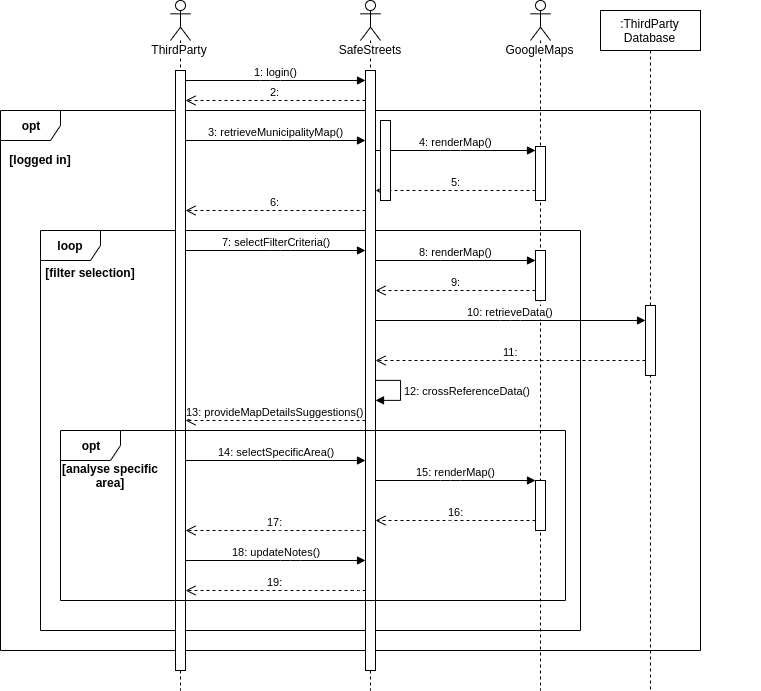
Earlier version of the draw.io export RASD Working Folder/Images/SequenceThirdPartyUnsafeAreas.png (Fabs97/PremiSicilianoTaddeo). Source tidied: cells renumbered, new cells last; positions are measured from the earlier drawing's top-left corner, leaving out a move shared by most shapes.
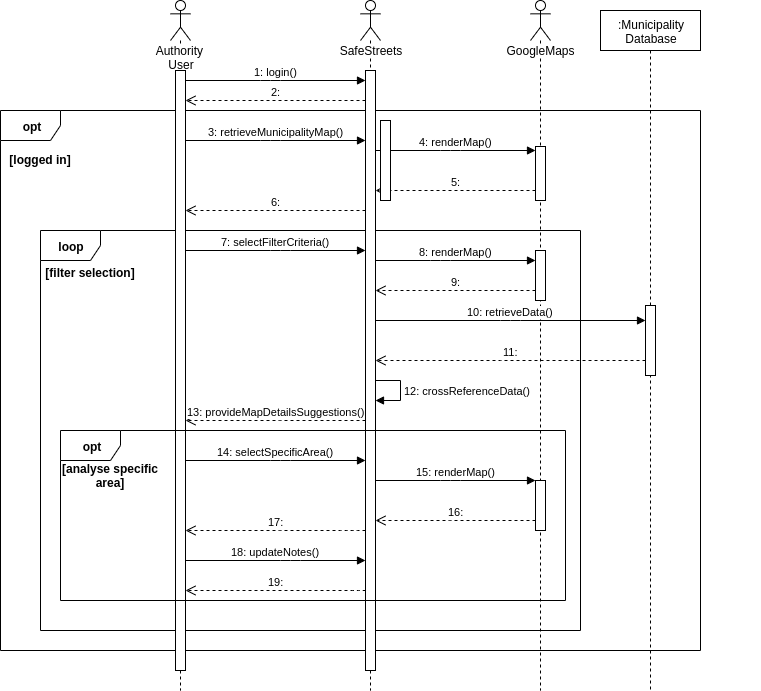
The same file after the commit.

Change to the diagram source:
```diff
@@ -14,7 +14,7 @@
     <mxCell id="5" value="&lt;span style=&quot;font-family: &amp;#34;helvetica&amp;#34; , &amp;#34;arial&amp;#34; , sans-serif ; font-size: 0px&quot;&gt;%3CmxGraphModel%3E%3Croot%3E%3CmxCell%20id%3D%220%22%2F%3E%3CmxCell%20id%3D%221%22%20parent%3D%220%22%2F%3E%3CmxCell%20id%3D%222%22%20value%3D%22opt%22%20style%3D%22shape%3DumlFrame%3BwhiteSpace%3Dwrap%3Bhtml%3D1%3BfontStyle%3D1%22%20vertex%3D%221%22%20parent%3D%221%22%3E%3CmxGeometry%20x%3D%2250%22%20y%3D%22160%22%20width%3D%22750%22%20height%3D%22620%22%20as%3D%22geometry%22%2F%3E%3C%2FmxCell%3E%3CmxCell%20id%3D%223%22%20value%3D%22opt%22%20style%3D%22shape%3DumlFrame%3BwhiteSpace%3Dwrap%3Bhtml%3D1%3BfontStyle%3D1%22%20vertex%3D%221%22%20parent%3D%221%22%3E%3CmxGeometry%20x%3D%2280%22%20y%3D%22232%22%20width%3D%22700%22%20height%3D%22478%22%20as%3D%22geometry%22%2F%3E%3C%2FmxCell%3E%3CmxCell%20id%3D%224%22%20value%3D%22alt%22%20style%3D%22shape%3DumlFrame%3BwhiteSpace%3Dwrap%3Bhtml%3D1%3BfontStyle%3D1%22%20vertex%3D%221%22%20parent%3D%221%22%3E%3CmxGeometry%20x%3D%22150%22%20y%3D%22471%22%20width%3D%22420%22%20height%3D%22199%22%20as%3D%22geometry%22%2F%3E%3C%2FmxCell%3E%3CmxCell%20id%3D%225%22%20value%3D%22loop%22%20style%3D%22shape%3DumlFrame%3BwhiteSpace%3Dwrap%3Bhtml%3D1%3BfontStyle%3D1%22%20vertex%3D%221%22%20parent%3D%221%22%3E%3CmxGeometry%20x%3D%22150%22%20y%3D%22355%22%20width%3D%22610%22%20height%3D%2295%22%20as%3D%22geometry%22%2F%3E%3C%2FmxCell%3E%3CmxCell%20id%3D%226%22%20value%3D%22ThirdParty%22%20style%3D%22shape%3DumlLifeline%3Bparticipant%3DumlActor%3Bperimeter%3DlifelinePerimeter%3BwhiteSpace%3Dwrap%3Bhtml%3D1%3Bcontainer%3D1%3Bcollapsible%3D0%3BrecursiveResize%3D0%3BverticalAlign%3Dtop%3BspacingTop%3D36%3BlabelBackgroundColor%3D%23ffffff%3BoutlineConnect%3D0%3B%22%20vertex%3D%221%22%20parent%3D%221%22%3E%3CmxGeometry%20x%3D%22270%22%20y%3D%2250%22%20width%3D%2220%22%20height%3D%22780%22%20as%3D%22geometry%22%2F%3E%3C%2FmxCell%3E%3CmxCell%20id%3D%227%22%20value%3D%22%22%20style%3D%22html%3D1%3Bpoints%3D%5B%5D%3Bperimeter%3DorthogonalPerimeter%3B%22%20vertex%3D%221%22%20parent%3D%226%22%3E%3CmxGeometry%20x%3D%225%22%20y%3D%2270%22%20width%3D%2210%22%20height%3D%22680%22%20as%3D%22geometry%22%2F%3E%3C%2FmxCell%3E%3CmxCell%20id%3D%228%22%20value%3D%22SafeStreets%22%20style%3D%22shape%3DumlLifeline%3Bparticipant%3DumlActor%3Bperimeter%3DlifelinePerimeter%3BwhiteSpace%3Dwrap%3Bhtml%3D1%3Bcontainer%3D1%3Bcollapsible%3D0%3BrecursiveResize%3D0%3BverticalAlign%3Dtop%3BspacingTop%3D36%3BlabelBackgroundColor%3D%23ffffff%3BoutlineConnect%3D0%3B%22%20vertex%3D%221%22%20parent%3D%221%22%3E%3CmxGeometry%20x%3D%22460%22%20y%3D%2250%22%20width%3D%2220%22%20height%3D%22780%22%20as%3D%22geometry%22%2F%3E%3C%2FmxCell%3E%3CmxCell%20id%3D%229%22%20value%3D%22%22%20style%3D%22html%3D1%3Bpoints%3D%5B%5D%3Bperimeter%3DorthogonalPerimeter%3B%22%20vertex%3D%221%22%20parent%3D%228%22%3E%3CmxGeometry%20x%3D%225%22%20y%3D%2270%22%20width%3D%2210%22%20height%3D%22680%22%20as%3D%22geometry%22%2F%3E%3C%2FmxCell%3E%3CmxCell%20id%3D%2210%22%20value%3D%22Ghiro%22%20style%3D%22shape%3DumlLifeline%3Bparticipant%3DumlActor%3Bperimeter%3DlifelinePerimeter%3BwhiteSpace%3Dwrap%3Bhtml%3D1%3Bcontainer%3D1%3Bcollapsible%3D0%3BrecursiveResize%3D0%3BverticalAlign%3Dtop%3BspacingTop%3D36%3BlabelBackgroundColor%3D%23ffffff%3BoutlineConnect%3D0%3B%22%20vertex%3D%221%22%20parent%3D%221%22%3E%3CmxGeometry%20x%3D%22710%22%20y%3D%2250%22%20width%3D%2220%22%20height%3D%22780%22%20as%3D%22geometry%22%2F%3E%3C%2FmxCell%3E%3CmxCell%20id%3D%2211%22%20value%3D%22%22%20style%3D%22html%3D1%3Bpoints%3D%5B%5D%3Bperimeter%3DorthogonalPerimeter%3B%22%20vertex%3D%221%22%20parent%3D%2210%22%3E%3CmxGeometry%20x%3D%225%22%20y%3D%22326.5%22%20width%3D%2210%22%20height%3D%2255%22%20as%3D%22geometry%22%2F%3E%3C%2FmxCell%3E%3CmxCell%20id%3D%2212%22%20value%3D%22GoogleMaps%22%20style%3D%22shape%3DumlLifeline%3Bparticipant%3DumlActor%3Bperimeter%3DlifelinePerimeter%3BwhiteSpace%3Dwrap%3Bhtml%3D1%3Bcontainer%3D1%3Bcollapsible%3D0%3BrecursiveResize%3D0%3BverticalAlign%3Dtop%3BspacingTop%3D36%3BlabelBackgroundColor%3D%23ffffff%3BoutlineConnect%3D0%3B%22%20vertex%3D%221%22%20parent%3D%221%22%3E%3CmxGeometry%20x%3D%22620%22%20y%3D%2250%22%20width%3D%2220%22%20height%3D%22780%22%20as%3D%22geometry%22%2F%3E%3C%2FmxCell%3E%3CmxCell%20id%3D%2213%22%20value%3D%22%22%20style%3D%22html%3D1%3Bpoints%3D%5B%5D%3Bperimeter%3DorthogonalPerimeter%3B%22%20vertex%3D%221%22%20parent%3D%2212%22%3E%3CmxGeometry%20x%3D%225%22%20y%3D%22220%22%20width%3D%2210%22%20height%3D%2260%22%20as%3D%22geometry%22%2F%3E%3C%2FmxCell%3E%3CmxCell%20id%3D%2214%22%20value%3D%221%3A%20login()%22%20style%3D%22html%3D1%3BverticalAlign%3Dbottom%3BendArrow%3Dblock%3B%22%20edge%3D%221%22%20source%3D%227%22%20target%3D%229%22%20parent%3D%221%22%3E%3CmxGeometry%20width%3D%2280%22%20relative%3D%221%22%20as%3D%22geometry%22%3E%3CmxPoint%20x%3D%22300%22%20y%3D%22150%22%20as%3D%22sourcePoint%22%2F%3E%3CmxPoint%20x%3D%22380%22%20y%3D%22150%22%20as%3D%22targetPoint%22%2F%3E%3CArray%20as%3D%22points%22%3E%3CmxPoint%20x%3D%22370%22%20y%3D%22130%22%2F%3E%3C%2FArray%3E%3C%2FmxGeometry%3E%3C%2FmxCell%3E%3CmxCell%20id%3D%2215%22%20value%3D%222%3A%22%20style%3D%22html%3D1%3BverticalAlign%3Dbottom%3BendArrow%3Dopen%3Bdashed%3D1%3BendSize%3D8%3B%22%20edge%3D%221%22%20source%3D%229%22%20target%3D%227%22%20parent%3D%221%22%3E%3CmxGeometry%20relative%3D%221%22%20as%3D%22geometry%22%3E%3CmxPoint%20x%3D%22450%22%20y%3D%22160%22%20as%3D%22sourcePoint%22%2F%3E%3CmxPoint%20x%3D%22370%22%20y%3D%22160%22%20as%3D%22targetPoint%22%2F%3E%3CArray%20as%3D%22points%22%3E%3CmxPoint%20x%3D%22380%22%20y%3D%22150%22%2F%3E%3C%2FArray%3E%3C%2FmxGeometry%3E%3C%2FmxCell%3E%3CmxCell%20id%3D%2216%22%20value%3D%223%3A%20retrieveViolationsList()%22%20style%3D%22html%3D1%3BverticalAlign%3Dbottom%3BendArrow%3Dblock%3B%22%20edge%3D%221%22%20source%3D%227%22%20target%3D%229%22%20parent%3D%221%22%3E%3CmxGeometry%20width%3D%2280%22%20relative%3D%221%22%20as%3D%22geometry%22%3E%3CmxPoint%20x%3D%22310%22%20y%3D%22220%22%20as%3D%22sourcePoint%22%2F%3E%3CmxPoint%20x%3D%22390%22%20y%3D%22220%22%20as%3D%22targetPoint%22%2F%3E%3CArray%20as%3D%22points%22%3E%3CmxPoint%20x%3D%22370%22%20y%3D%22190%22%2F%3E%3C%2FArray%3E%3C%2FmxGeometry%3E%3C%2FmxCell%3E%3CmxCell%20id%3D%2217%22%20value%3D%22%5Blogged%20in%5D%22%20style%3D%22text%3Balign%3Dcenter%3BfontStyle%3D1%3BverticalAlign%3Dmiddle%3BspacingLeft%3D3%3BspacingRight%3D3%3BstrokeColor%3Dnone%3Brotatable%3D0%3Bpoints%3D%5B%5B0%2C0.5%5D%2C%5B1%2C0.5%5D%5D%3BportConstraint%3Deastwest%3B%22%20vertex%3D%221%22%20parent%3D%221%22%3E%3CmxGeometry%20x%3D%2250%22%20y%3D%22200%22%20width%3D%2280%22%20height%3D%2226%22%20as%3D%22geometry%22%2F%3E%3C%2FmxCell%3E%3CmxCell%20id%3D%2218%22%20value%3D%224%3A%22%20style%3D%22html%3D1%3BverticalAlign%3Dbottom%3BendArrow%3Dopen%3Bdashed%3D1%3BendSize%3D8%3B%22%20edge%3D%221%22%20source%3D%229%22%20target%3D%227%22%20parent%3D%221%22%3E%3CmxGeometry%20relative%3D%221%22%20as%3D%22geometry%22%3E%3CmxPoint%20x%3D%22440%22%20y%3D%22260%22%20as%3D%22sourcePoint%22%2F%3E%3CmxPoint%20x%3D%22360%22%20y%3D%22260%22%20as%3D%22targetPoint%22%2F%3E%3CArray%20as%3D%22points%22%3E%3CmxPoint%20x%3D%22380%22%20y%3D%22220%22%2F%3E%3C%2FArray%3E%3C%2FmxGeometry%3E%3C%2FmxCell%3E%3CmxCell%20id%3D%2219%22%20value%3D%225%3A%20openUncheckedViolationDetail()%22%20style%3D%22html%3D1%3BverticalAlign%3Dbottom%3BendArrow%3Dblock%3B%22%20edge%3D%221%22%20source%3D%227%22%20target%3D%229%22%20parent%3D%221%22%3E%3CmxGeometry%20width%3D%2280%22%20relative%3D%221%22%20as%3D%22geometry%22%3E%3CmxPoint%20x%3D%22320%22%20y%3D%22270%22%20as%3D%22sourcePoint%22%2F%3E%3CmxPoint%20x%3D%22400%22%20y%3D%22270%22%20as%3D%22targetPoint%22%2F%3E%3CArray%20as%3D%22points%22%3E%3CmxPoint%20x%3D%22370%22%20y%3D%22260%22%2F%3E%3C%2FArray%3E%3C%2FmxGeometry%3E%3C%2FmxCell%3E%3CmxCell%20id%3D%2220%22%20value%3D%226%3A%20renderMap()%22%20style%3D%22html%3D1%3BverticalAlign%3Dbottom%3BendArrow%3Dblock%3B%22%20edge%3D%221%22%20source%3D%229%22%20target%3D%2213%22%20parent%3D%221%22%3E%3CmxGeometry%20width%3D%2280%22%20relative%3D%221%22%20as%3D%22geometry%22%3E%3CmxPoint%20x%3D%22520%22%20y%3D%22310%22%20as%3D%22sourcePoint%22%2F%3E%3CmxPoint%20x%3D%22600%22%20y%3D%22310%22%20as%3D%22targetPoint%22%2F%3E%3CArray%20as%3D%22points%22%3E%3CmxPoint%20x%3D%22550%22%20y%3D%22280%22%2F%3E%3C%2FArray%3E%3C%2FmxGeometry%3E%3C%2FmxCell%3E%3CmxCell%20id%3D%2221%22%20value%3D%227%3A%22%20style%3D%22html%3D1%3BverticalAlign%3Dbottom%3BendArrow%3Dopen%3Bdashed%3D1%3BendSize%3D8%3B%22%20edge%3D%221%22%20source%3D%2213%22%20target%3D%229%22%20parent%3D%221%22%3E%3CmxGeometry%20relative%3D%221%22%20as%3D%22geometry%22%3E%3CmxPoint%20x%3D%22610%22%20y%3D%22350%22%20as%3D%22sourcePoint%22%2F%3E%3CmxPoint%20x%3D%22530%22%20y%3D%22350%22%20as%3D%22targetPoint%22%2F%3E%3CArray%20as%3D%22points%22%3E%3CmxPoint%20x%3D%22550%22%20y%3D%22320%22%2F%3E%3C%2FArray%3E%3C%2FmxGeometry%3E%3C%2FmxCell%3E%3CmxCell%20id%3D%2222%22%20value%3D%228%3A%22%20style%3D%22html%3D1%3BverticalAlign%3Dbottom%3BendArrow%3Dopen%3Bdashed%3D1%3BendSize%3D8%3B%22%20edge%3D%221%22%20source%3D%229%22%20target%3D%227%22%20parent%3D%221%22%3E%3CmxGeometry%20relative%3D%221%22%20as%3D%22geometry%22%3E%3CmxPoint%20x%3D%22420%22%20y%3D%22330%22%20as%3D%22sourcePoint%22%2F%3E%3CmxPoint%20x%3D%22340%22%20y%3D%22330%22%20as%3D%22targetPoint%22%2F%3E%3CArray%20as%3D%22points%22%3E%3CmxPoint%20x%3D%22380%22%20y%3D%22340%22%2F%3E%3C%2FArray%3E%3C%2FmxGeometry%3E%3C%2FmxCell%3E%3CmxCell%20id%3D%2223%22%20value%3D%229%3A%20hasEvidenceBeenCounterfeited()%22%20style%3D%22html%3D1%3BverticalAlign%3Dbottom%3BendArrow%3Dblock%3B%22%20edge%3D%221%22%20source%3D%227%22%20target%3D%2211%22%20parent%3D%221%22%3E%3CmxGeometry%20width%3D%2280%22%20relative%3D%221%22%20as%3D%22geometry%22%3E%3CmxPoint%20x%3D%22340%22%20y%3D%22420%22%20as%3D%22sourcePoint%22%2F%3E%3CmxPoint%20x%3D%22420%22%20y%3D%22420%22%20as%3D%22targetPoint%22%2F%3E%3CArray%20as%3D%22points%22%3E%3CmxPoint%20x%3D%22540%22%20y%3D%22377%22%2F%3E%3C%2FArray%3E%3C%2FmxGeometry%3E%3C%2FmxCell%3E%3CmxCell%20id%3D%2224%22%20value%3D%2210%3A%22%20style%3D%22html%3D1%3BverticalAlign%3Dbottom%3BendArrow%3Dopen%3Bdashed%3D1%3BendSize%3D8%3B%22%20edge%3D%221%22%20source%3D%2211%22%20target%3D%227%22%20parent%3D%221%22%3E%3CmxGeometry%20relative%3D%221%22%20as%3D%22geometry%22%3E%3CmxPoint%20x%3D%22580%22%20y%3D%22450%22%20as%3D%22sourcePoint%22%2F%3E%3CmxPoint%20x%3D%22500%22%20y%3D%22450%22%20as%3D%22targetPoint%22%2F%3E%3CArray%20as%3D%22points%22%3E%3CmxPoint%20x%3D%22550%22%20y%3D%22420%22%2F%3E%3C%2FArray%3E%3C%2FmxGeometry%3E%3C%2FmxCell%3E%3CmxCell%20id%3D%2225%22%20value%3D%22%5Bfor%20every%26%2310%3Bpiece%20of%20hard%26%2310%3Bevidence%5D%22%20style%3D%22text%3Balign%3Dcenter%3BfontStyle%3D1%3BverticalAlign%3Dmiddle%3BspacingLeft%3D3%3BspacingRight%3D3%3BstrokeColor%3Dnone%3Brotatable%3D0%3Bpoints%3D%5B%5B0%2C0.5%5D%2C%5B1%2C0.5%5D%5D%3BportConstraint%3Deastwest%3B%22%20vertex%3D%221%22%20parent%3D%221%22%3E%3CmxGeometry%20x%3D%22160%22%20y%3D%22404%22%20width%3D%2280%22%20height%3D%2226%22%20as%3D%22geometry%22%2F%3E%3C%2FmxCell%3E%3CmxCell%20id%3D%2226%22%20value%3D%22%5Blist%20contains%26%2310%3Bunchecked%26%2310%3Bviolations%5D%22%20style%3D%22text%3Balign%3Dcenter%3BfontStyle%3D1%3BverticalAlign%3Dmiddle%3BspacingLeft%3D3%3BspacingRight%3D3%3BstrokeColor%3Dnone%3Brotatable%3D0%3Bpoints%3D%5B%5B0%2C0.5%5D%2C%5B1%2C0.5%5D%5D%3BportConstraint%3Deastwest%3B%22%20vertex%3D%221%22%20parent%3D%221%22%3E%3CmxGeometry%20x%3D%2290%22%20y%3D%22277.5%22%20width%3D%2280%22%20height%3D%2226%22%20as%3D%22geometry%22%2F%3E%3C%2FmxCell%3E%3CmxCell%20id%3D%2227%22%20value%3D%22%5Bevidence%20not%20ok%5D%22%20style%3D%22text%3Balign%3Dcenter%3BfontStyle%3D1%3BverticalAlign%3Dmiddle%3BspacingLeft%3D3%3BspacingRight%3D3%3BstrokeColor%3Dnone%3Brotatable%3D0%3Bpoints%3D%5B%5B0%2C0.5%5D%2C%5B1%2C0.5%5D%5D%3BportConstraint%3Deastwest%3B%22%20vertex%3D%221%22%20parent%3D%221%22%3E%3CmxGeometry%20x%3D%22170%22%20y%3D%22510%22%20width%3D%2280%22%20height%3D%2226%22%20as%3D%22geometry%22%2F%3E%3C%2FmxCell%3E%3CmxCell%20id%3D%2228%22%20value%3D%22%5Bevidence%20ok%5D%22%20style%3D%22text%3Balign%3Dcenter%3BfontStyle%3D1%3BverticalAlign%3Dmiddle%3BspacingLeft%3D3%3BspacingRight%3D3%3BstrokeColor%3Dnone%3Brotatable%3D0%3Bpoints%3D%5B%5B0%2C0.5%5D%2C%5B1%2C0.5%5D%5D%3BportConstraint%3Deastwest%3B%22%20vertex%3D%221%22%20parent%3D%221%22%3E%3CmxGeometry%20x%3D%22160%22%20y%3D%22616%22%20width%3D%2280%22%20height%3D%2226%22%20as%3D%22geometry%22%2F%3E%3C%2FmxCell%3E%3CmxCell%20id%3D%2229%22%20value%3D%22%22%20style%3D%22endArrow%3Dnone%3Bdashed%3D1%3Bhtml%3D1%3B%22%20edge%3D%221%22%20parent%3D%221%22%3E%3CmxGeometry%20width%3D%2250%22%20height%3D%2250%22%20relative%3D%221%22%20as%3D%22geometry%22%3E%3CmxPoint%20x%3D%22148%22%20y%3D%22571%22%20as%3D%22sourcePoint%22%2F%3E%3CmxPoint%20x%3D%22570%22%20y%3D%22571%22%20as%3D%22targetPoint%22%2F%3E%3C%2FmxGeometry%3E%3C%2FmxCell%3E%3CmxCell%20id%3D%2230%22%20value%3D%2211%3A%20reportViolationNotValid()%22%20style%3D%22html%3D1%3BverticalAlign%3Dbottom%3BendArrow%3Dblock%3B%22%20edge%3D%221%22%20source%3D%227%22%20target%3D%229%22%20parent%3D%221%22%3E%3CmxGeometry%20width%3D%2280%22%20relative%3D%221%22%20as%3D%22geometry%22%3E%3CmxPoint%20x%3D%22320%22%20y%3D%22530%22%20as%3D%22sourcePoint%22%2F%3E%3CmxPoint%20x%3D%22400%22%20y%3D%22530%22%20as%3D%22targetPoint%22%2F%3E%3CArray%20as%3D%22points%22%3E%3CmxPoint%20x%3D%22380%22%20y%3D%22500%22%2F%3E%3C%2FArray%3E%3C%2FmxGeometry%3E%3C%2FmxCell%3E%3CmxCell%20id%3D%2231%22%20value%3D%2212%3A%22%20style%3D%22html%3D1%3BverticalAlign%3Dbottom%3BendArrow%3Dopen%3Bdashed%3D1%3BendSize%3D8%3B%22%20edge%3D%221%22%20source%3D%229%22%20target%3D%227%22%20parent%3D%221%22%3E%3CmxGeometry%20relative%3D%221%22%20as%3D%22geometry%22%3E%3CmxPoint%20x%3D%22430%22%20y%3D%22540%22%20as%3D%22sourcePoint%22%2F%3E%3CmxPoint%20x%3D%22350%22%20y%3D%22540%22%20as%3D%22targetPoint%22%2F%3E%3CArray%20as%3D%22points%22%3E%3CmxPoint%20x%3D%22370%22%20y%3D%22540%22%2F%3E%3C%2FArray%3E%3C%2FmxGeometry%3E%3C%2FmxCell%3E%3CmxCell%20id%3D%2232%22%20value%3D%2213%3A%20reportViolationValid()%22%20style%3D%22html%3D1%3BverticalAlign%3Dbottom%3BendArrow%3Dblock%3B%22%20edge%3D%221%22%20source%3D%227%22%20target%3D%229%22%20parent%3D%221%22%3E%3CmxGeometry%20width%3D%2280%22%20relative%3D%221%22%20as%3D%22geometry%22%3E%3CmxPoint%20x%3D%22320%22%20y%3D%22600%22%20as%3D%22sourcePoint%22%2F%3E%3CmxPoint%20x%3D%22400%22%20y%3D%22600%22%20as%3D%22targetPoint%22%2F%3E%3CArray%20as%3D%22points%22%3E%3CmxPoint%20x%3D%22370%22%20y%3D%22600%22%2F%3E%3C%2FArray%3E%3C%2FmxGeometry%3E%3C%2FmxCell%3E%3CmxCell%20id%3D%2233%22%20value%3D%2216%3A%20emitTicket()%22%20style%3D%22html%3D1%3BverticalAlign%3Dbottom%3BendArrow%3Dopen%3Bdashed%3D1%3BendSize%3D8%3B%22%20edge%3D%221%22%20source%3D%229%22%20target%3D%227%22%20parent%3D%221%22%3E%3CmxGeometry%20relative%3D%221%22%20as%3D%22geometry%22%3E%3CmxPoint%20x%3D%22450%22%20y%3D%22660%22%20as%3D%22sourcePoint%22%2F%3E%3CmxPoint%20x%3D%22370%22%20y%3D%22660%22%20as%3D%22targetPoint%22%2F%3E%3CArray%20as%3D%22points%22%3E%3CmxPoint%20x%3D%22360%22%20y%3D%22640%22%2F%3E%3C%2FArray%3E%3C%2FmxGeometry%3E%3C%2FmxCell%3E%3C%2Froot%3E%3C%2FmxGraphModel%3E&lt;/span&gt;" style="text;html=1;align=left;verticalAlign=top;spacingTop=-4;" parent="1" vertex="1">
       <mxGeometry x="740" y="476" width="20" height="20" as="geometry" />
     </mxCell>
-    <mxCell id="6" value="ThirdParty" style="shape=umlLifeline;participant=umlActor;perimeter=lifelinePerimeter;whiteSpace=wrap;html=1;verticalAlign=top;spacingTop=36;labelBackgroundColor=#ffffff;" parent="1" vertex="1">
+    <mxCell id="6" value="Authority&amp;nbsp;&lt;br&gt;User" style="shape=umlLifeline;participant=umlActor;perimeter=lifelinePerimeter;whiteSpace=wrap;html=1;verticalAlign=top;spacingTop=36;labelBackgroundColor=#ffffff;" parent="1" vertex="1">
       <mxGeometry x="170" width="20" height="690" as="geometry" />
     </mxCell>
     <mxCell id="7" style="html=1;points=[];perimeter=orthogonalPerimeter;" parent="6" vertex="1">
@@ -122,7 +122,7 @@
         </Array>
       </mxGeometry>
     </mxCell>
-    <mxCell id="27" value=":ThirdParty&lt;br&gt;Database" style="shape=umlLifeline;perimeter=lifelinePerimeter;whiteSpace=wrap;html=1;" parent="1" vertex="1">
+    <mxCell id="27" value=":Municipality&lt;br&gt;Database" style="shape=umlLifeline;perimeter=lifelinePerimeter;whiteSpace=wrap;html=1;" parent="1" vertex="1">
       <mxGeometry x="600" y="10" width="100" height="680" as="geometry" />
     </mxCell>
     <mxCell id="28" style="html=1;points=[];perimeter=orthogonalPerimeter;" parent="27" vertex="1">
```
